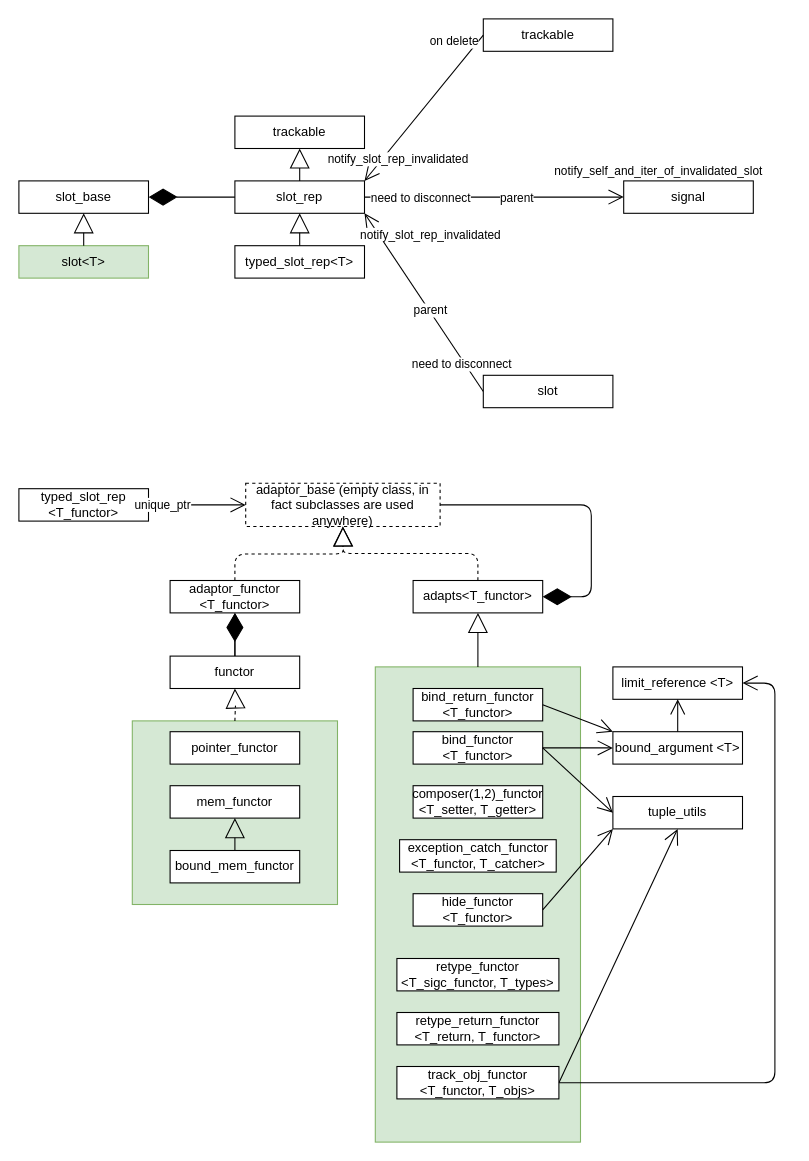
harwise/diagrams keeps this draw.io diagram as page "Page-1" (1 of 2) of sigcpp.drawio. Above is the earlier version. Source tidied: cells renumbered, new cells numbered last; positions are measured from the earlier drawing's top-left corner, leaving out a move shared by most shapes. Both pictures are drawn from the tidied source at 108%, with x=0, y=0 at pixel (18, 18).
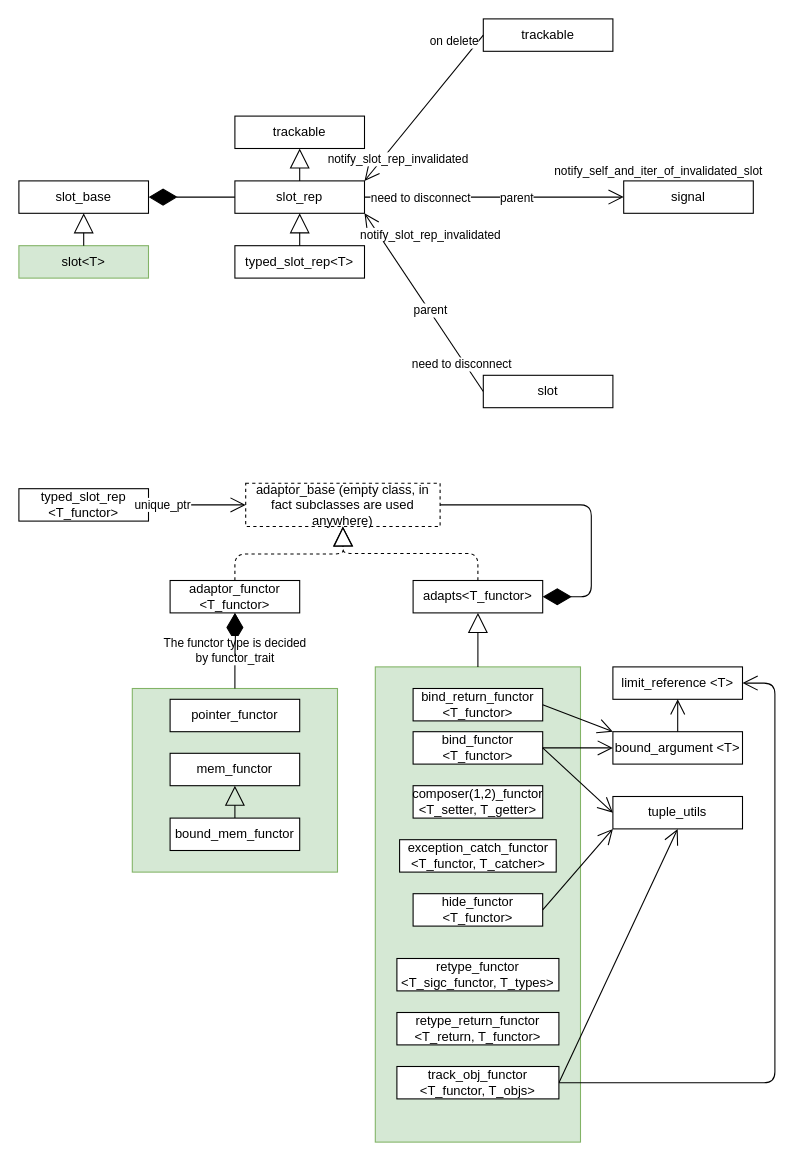
After the change.

The change refers to these unchanged cells:
```xml
<mxCell id="27" value="adaptor_functor &amp;lt;T_functor&amp;gt;" style="rounded=0;whiteSpace=wrap;html=1;" parent="1" vertex="1">
  <mxGeometry x="140" y="520" width="120" height="30" as="geometry" />
</mxCell>
```

The edit, as a diff of the source:
```diff
@@
     <mxCell id="2" style="rounded=0;whiteSpace=wrap;html=1;fillColor=#d5e8d4;strokeColor=#82b366;" parent="1" vertex="1">
-      <mxGeometry x="105" y="650" width="190" height="170" as="geometry" />
+      <mxGeometry x="105" y="620" width="190" height="170" as="geometry" />
     </mxCell>
@@
-    <mxCell id="34" style="endArrow=diamondThin;endFill=1;endSize=24;html=1;entryX=0.5;entryY=1;entryDx=0;entryDy=0;" parent="1" edge="1" target="27">
-      <mxGeometry relative="1" as="geometry">
-        <mxPoint x="200" y="600" as="sourcePoint" />
-      </mxGeometry>
+    <mxCell id="34" value="&lt;span style=&quot;color: rgb(0 , 0 , 0) ; font-family: &amp;#34;helvetica&amp;#34; ; font-size: 11px ; font-style: normal ; font-weight: 400 ; letter-spacing: normal ; text-align: center ; text-indent: 0px ; text-transform: none ; word-spacing: 0px ; background-color: rgb(255 , 255 , 255) ; display: inline ; float: none&quot;&gt;The functor type is decided&lt;br&gt;by&amp;nbsp;functor_trait&lt;/span&gt;" style="endArrow=diamondThin;endFill=1;endSize=24;html=1;entryX=0.5;entryY=1;entryDx=0;entryDy=0;exitX=0.5;exitY=0;exitDx=0;exitDy=0;" parent="1" edge="1" source="2" target="27">
+      <mxGeometry relative="1" as="geometry" />
     </mxCell>
-    <mxCell id="35" style="edgeStyle=orthogonalEdgeStyle;rounded=0;jettySize=auto;html=1;" parent="1" edge="1" source="36" target="27">
-      <mxGeometry relative="1" as="geometry" />
+    <mxCell id="35" style="edgeStyle=orthogonalEdgeStyle;rounded=0;jettySize=auto;html=1;" parent="1" edge="1" target="27">
+      <mxGeometry relative="1" as="geometry">
+        <mxPoint x="200" y="590" as="sourcePoint" />
+      </mxGeometry>
     </mxCell>
-    <mxCell id="36" value="functor" style="rounded=0;whiteSpace=wrap;html=1;" parent="1" vertex="1">
-      <mxGeometry x="140" y="590" width="120" height="30" as="geometry" />
-    </mxCell>
@@
     <mxCell id="38" value="pointer_functor" style="rounded=0;whiteSpace=wrap;html=1;" parent="1" vertex="1">
-      <mxGeometry x="140" y="660" width="120" height="30" as="geometry" />
+      <mxGeometry x="140" y="630" width="120" height="30" as="geometry" />
     </mxCell>
     <mxCell id="39" value="mem_functor" style="rounded=0;whiteSpace=wrap;html=1;" parent="1" vertex="1">
-      <mxGeometry x="140" y="710" width="120" height="30" as="geometry" />
+      <mxGeometry x="140" y="680" width="120" height="30" as="geometry" />
     </mxCell>
     <mxCell id="40" value="bound_mem_functor" style="rounded=0;whiteSpace=wrap;html=1;" parent="1" vertex="1">
-      <mxGeometry x="140" y="770" width="120" height="30" as="geometry" />
+      <mxGeometry x="140" y="740" width="120" height="30" as="geometry" />
     </mxCell>
@@
-    <mxCell id="42" style="endArrow=block;endSize=16;endFill=0;html=1;edgeStyle=orthogonalEdgeStyle;dashed=1;entryX=0.5;entryY=1;entryDx=0;entryDy=0;" parent="1" edge="1" target="36">
-      <mxGeometry relative="1" as="geometry">
-        <mxPoint x="200" y="650" as="sourcePoint" />
-      </mxGeometry>
-    </mxCell>
```
